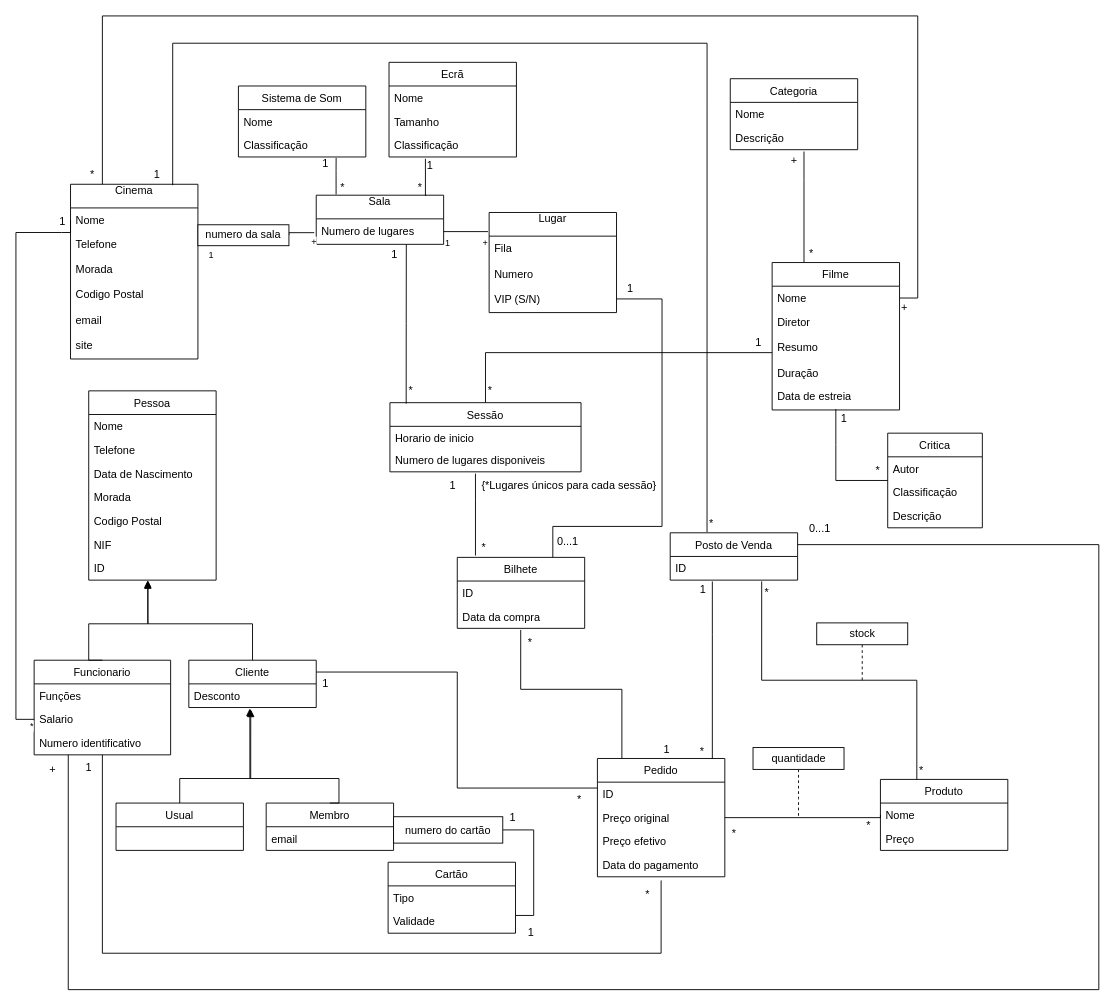
Above: UML.drawio in GambuzX/Movie-Theater-DB (draw.io), before the change. Source tidied: cells renumbered, new cells numbered last; positions are measured from the earlier drawing's top-left corner, leaving out a move shared by most shapes. Both pictures are drawn from the tidied source at 91%, with x=0, y=0 at pixel (15, 15).
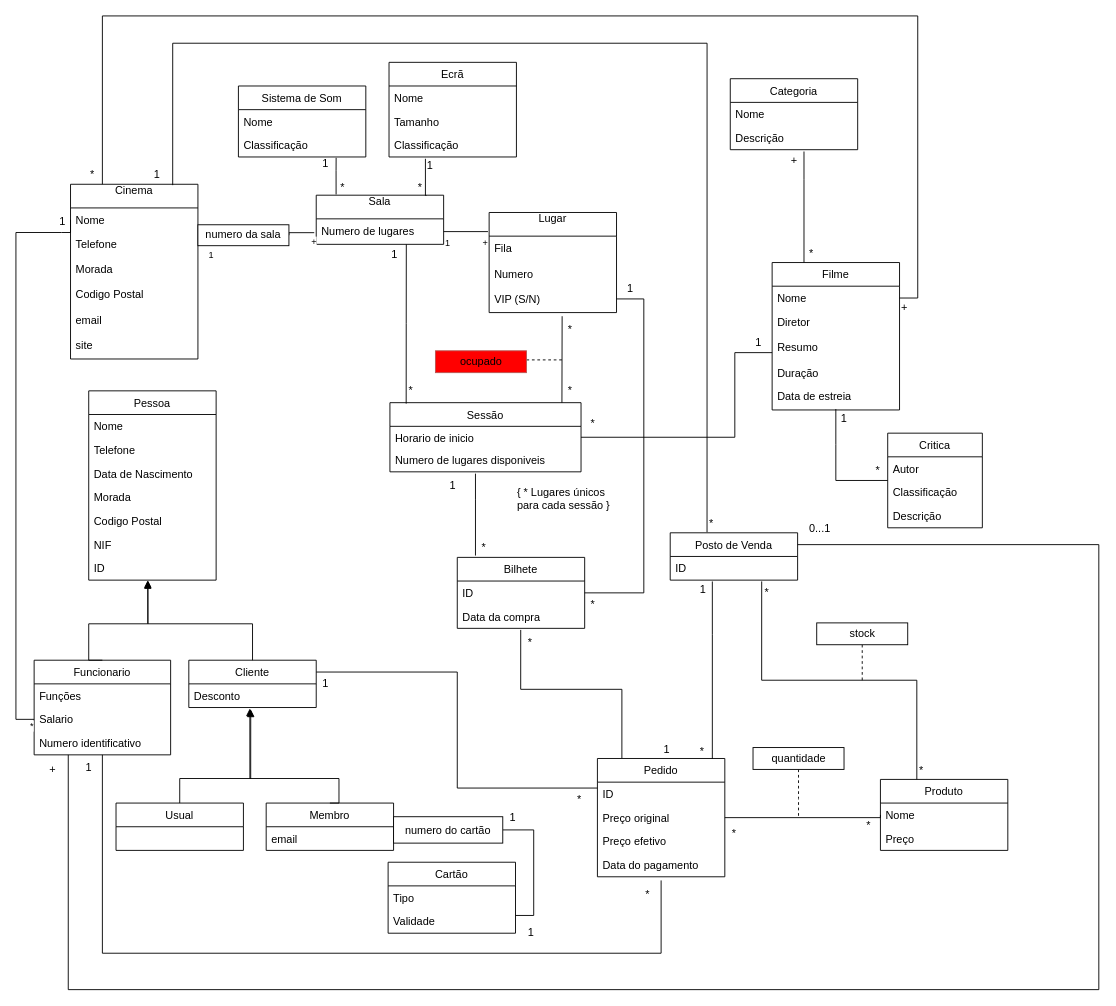
Above is the later version.

Commit message:
session storing info about seats

Unchanged cells that the change refers to:
```xml
<mxCell id="21" value="VIP (S/N)" style="text;strokeColor=none;fillColor=none;align=left;verticalAlign=top;spacingLeft=4;spacingRight=4;overflow=hidden;points=[[0,0.5],[1,0.5]];portConstraint=eastwest;" parent="18" vertex="1">
  <mxGeometry y="82" width="140" height="28" as="geometry" />
</mxCell>
<mxCell id="66" value="Sessão" style="swimlane;fontStyle=0;horizontal=1;startSize=26;fillColor=none;" parent="1" vertex="1">
  <mxGeometry x="411" y="425" width="210" height="76" as="geometry" />
</mxCell>
<mxCell id="67" value="Horario de inicio" style="text;strokeColor=none;fillColor=none;align=left;verticalAlign=top;spacingLeft=4;spacingRight=4;overflow=hidden;points=[[0,0.5],[1,0.5]];portConstraint=eastwest;" parent="66" vertex="1">
  <mxGeometry y="26" width="210" height="24" as="geometry" />
</mxCell>
<mxCell id="70" value="Bilhete" style="swimlane;fontStyle=0;horizontal=1;startSize=26;fillColor=none;" parent="1" vertex="1">
  <mxGeometry x="485" y="595" width="140" height="78" as="geometry" />
</mxCell>
<mxCell id="71" value="ID" style="text;strokeColor=none;fillColor=none;align=left;verticalAlign=top;spacingLeft=4;spacingRight=4;overflow=hidden;points=[[0,0.5],[1,0.5]];portConstraint=eastwest;" parent="70" vertex="1">
  <mxGeometry y="26" width="140" height="26" as="geometry" />
</mxCell>
```

Diff of the diagram source:
```diff
@@
-    <mxCell id="64" style="edgeStyle=orthogonalEdgeStyle;rounded=0;jettySize=auto;html=1;exitX=0.5;exitY=0;exitDx=0;exitDy=0;startArrow=none;startFill=0;sourcePerimeterSpacing=-1;endArrow=none;endFill=0;targetPerimeterSpacing=0;" parent="1" edge="1" source="66">
+    <mxCell id="64" style="edgeStyle=orthogonalEdgeStyle;rounded=0;jettySize=auto;html=1;exitX=1;exitY=0.5;exitDx=0;exitDy=0;startArrow=none;startFill=0;sourcePerimeterSpacing=-1;endArrow=none;endFill=0;targetPerimeterSpacing=0;" parent="1" edge="1" source="67">
       <mxGeometry relative="1" as="geometry">
         <mxPoint x="831" y="370" as="targetPoint" />
         <Array as="points">
-          <mxPoint x="516" y="370" />
+          <mxPoint x="790" y="463" />
+          <mxPoint x="790" y="370" />
         </Array>
       </mxGeometry>
     </mxCell>
@@
-    <mxCell id="69" style="edgeStyle=orthogonalEdgeStyle;rounded=0;jettySize=auto;html=1;exitX=0.75;exitY=0;exitDx=0;exitDy=0;endArrow=none;endFill=0;" parent="1" edge="1" source="70" target="21">
+    <mxCell id="69" style="edgeStyle=orthogonalEdgeStyle;rounded=0;jettySize=auto;html=1;exitX=1;exitY=0.5;exitDx=0;exitDy=0;endArrow=none;endFill=0;" parent="1" edge="1" source="71" target="21">
       <mxGeometry relative="1" as="geometry">
         <Array as="points">
-          <mxPoint x="590" y="561" />
-          <mxPoint x="710" y="561" />
-          <mxPoint x="710" y="311" />
+          <mxPoint x="690" y="634" />
+          <mxPoint x="690" y="311" />
         </Array>
       </mxGeometry>
     </mxCell>
@@
     <mxCell id="98" value="*" style="text;html=1;align=left;verticalAlign=top;spacingTop=-4;" parent="1" vertex="1">
-      <mxGeometry x="517" y="402" width="20" height="20" as="geometry" />
+      <mxGeometry x="630" y="438" width="20" height="20" as="geometry" />
     </mxCell>
@@
-    <mxCell id="110" value="&lt;div&gt;0...1&lt;/div&gt;&lt;div&gt;&lt;br&gt;&lt;/div&gt;" style="text;html=1;align=left;verticalAlign=top;spacingTop=-4;" parent="1" vertex="1">
-      <mxGeometry x="593" y="568" width="40" height="30" as="geometry" />
+    <mxCell id="110" value="&lt;div&gt;*&lt;/div&gt;" style="text;html=1;align=left;verticalAlign=top;spacingTop=-4;" parent="1" vertex="1">
+      <mxGeometry x="630" y="637" width="20" height="20" as="geometry" />
     </mxCell>
@@
-    <mxCell id="129" value="{*Lugares únicos para cada sessão}" style="text;html=1;align=left;verticalAlign=top;spacingTop=-4;" parent="1" vertex="1">
-      <mxGeometry x="510" y="506" width="240" height="20" as="geometry" />
+    <mxCell id="129" value="{ * Lugares únicos &lt;br&gt;para cada sessão }" style="text;html=1;align=left;verticalAlign=top;spacingTop=-4;" parent="1" vertex="1">
+      <mxGeometry x="549" y="514" width="120" height="30" as="geometry" />
     </mxCell>
@@
+    <mxCell id="145" style="endArrow=none;html=1;exitX=0.9;exitY=0.001;exitDx=0;exitDy=0;exitPerimeter=0;entryX=0.573;entryY=1.143;entryDx=0;entryDy=0;entryPerimeter=0;" parent="1" edge="1" source="66" target="21">
+      <mxGeometry relative="1" as="geometry" />
+    </mxCell>
+    <mxCell id="146" style="edgeStyle=orthogonalEdgeStyle;rounded=0;jettySize=auto;html=1;endArrow=none;endFill=0;dashed=1;" parent="1" edge="1" source="147">
+      <mxGeometry relative="1" as="geometry">
+        <mxPoint x="600" y="378" as="targetPoint" />
+        <Array as="points">
+          <mxPoint x="530.5" y="378" />
+          <mxPoint x="530.5" y="378" />
+        </Array>
+      </mxGeometry>
+    </mxCell>
+    <mxCell id="147" value="ocupado" style="html=1;fillColor=#FF0000;strokeColor=#b85450;" parent="1" vertex="1">
+      <mxGeometry x="461" y="368" width="100" height="24" as="geometry" />
+    </mxCell>
+    <mxCell id="148" style="edgeStyle=orthogonalEdgeStyle;rounded=0;jettySize=auto;html=1;endArrow=none;endFill=0;dashed=1;" parent="1" edge="1" target="147">
+      <mxGeometry relative="1" as="geometry">
+        <mxPoint x="549.6" y="378" as="sourcePoint" />
+        <Array as="points">
+          <mxPoint x="520" y="378" />
+          <mxPoint x="520" y="378" />
+        </Array>
+      </mxGeometry>
+    </mxCell>
+    <mxCell id="149" value="*&lt;br&gt;" style="text;html=1;align=left;verticalAlign=top;spacingTop=-4;" parent="1" vertex="1">
+      <mxGeometry x="605" y="335" width="20" height="20" as="geometry" />
+    </mxCell>
+    <mxCell id="150" value="*&lt;br&gt;" style="text;html=1;align=left;verticalAlign=top;spacingTop=-4;" parent="1" vertex="1">
+      <mxGeometry x="605" y="402" width="20" height="20" as="geometry" />
+    </mxCell>
```
